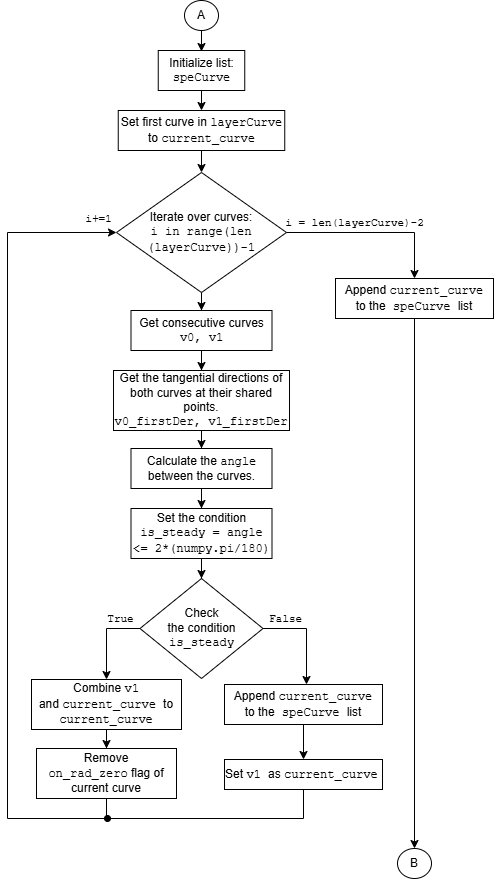
Above: doc/meridionalFigs/createLayerBounds_activity1.png in ihs-ustutt/dtOO (draw.io), before the change. Source tidied: cells renumbered, new cells last; positions are measured from the earlier drawing's top-left corner, leaving out a move shared by most shapes. Source of this version:
```xml
<mxGraphModel>
  <root>
    <mxCell id="0" />
    <mxCell id="1" parent="0" />
    <mxCell id="2" style="edgeStyle=orthogonalEdgeStyle;rounded=0;jettySize=auto;html=1;" parent="1" edge="1" target="4">
      <mxGeometry relative="1" as="geometry">
        <mxPoint x="194" y="30" as="sourcePoint" />
      </mxGeometry>
    </mxCell>
    <mxCell id="3" style="edgeStyle=orthogonalEdgeStyle;rounded=0;jettySize=auto;html=1;entryX=0.5;entryY=0;entryDx=0;entryDy=0;" parent="1" edge="1" source="4" target="22">
      <mxGeometry relative="1" as="geometry" />
    </mxCell>
    <mxCell id="4" value="Initialize list:&lt;div&gt;&lt;div&gt;&lt;font face=&quot;Courier New&quot;&gt;speCurve&lt;/font&gt;&lt;/div&gt;&lt;/div&gt;" style="rounded=0;whiteSpace=wrap;html=1;" parent="1" vertex="1">
      <mxGeometry x="150.8" y="50" width="86.5" height="40" as="geometry" />
    </mxCell>
    <mxCell id="5" style="edgeStyle=orthogonalEdgeStyle;rounded=0;jettySize=auto;html=1;entryX=0.5;entryY=0;entryDx=0;entryDy=0;" parent="1" edge="1" source="7" target="18">
      <mxGeometry relative="1" as="geometry" />
    </mxCell>
    <mxCell id="6" style="edgeStyle=orthogonalEdgeStyle;rounded=0;jettySize=auto;html=1;entryX=0.5;entryY=0;entryDx=0;entryDy=0;" parent="1" edge="1" source="36" target="19">
      <mxGeometry relative="1" as="geometry" />
    </mxCell>
    <mxCell id="7" value="Iterate over curves:&lt;br&gt;&lt;font face=&quot;Courier New&quot;&gt;i in range&lt;/font&gt;&lt;span style=&quot;background-color: transparent; color: light-dark(rgb(0, 0, 0), rgb(255, 255, 255)); font-family: &amp;quot;Courier New&amp;quot;;&quot;&gt;(len&lt;/span&gt;&lt;div&gt;&lt;span style=&quot;background-color: transparent; color: light-dark(rgb(0, 0, 0), rgb(255, 255, 255)); font-family: &amp;quot;Courier New&amp;quot;;&quot;&gt;(&lt;/span&gt;&lt;span style=&quot;background-color: transparent; color: light-dark(rgb(0, 0, 0), rgb(255, 255, 255)); font-family: &amp;quot;Courier New&amp;quot;;&quot;&gt;layerCurve&lt;/span&gt;&lt;span style=&quot;background-color: transparent; color: light-dark(rgb(0, 0, 0), rgb(255, 255, 255)); font-family: &amp;quot;Courier New&amp;quot;;&quot;&gt;))-1&lt;/span&gt;&lt;/div&gt;" style="rhombus;whiteSpace=wrap;html=1;" parent="1" vertex="1">
      <mxGeometry x="109" y="172" width="170" height="120" as="geometry" />
    </mxCell>
    <mxCell id="8" style="edgeStyle=orthogonalEdgeStyle;rounded=0;jettySize=auto;html=1;entryX=0.5;entryY=0;entryDx=0;entryDy=0;" parent="1" edge="1" source="9" target="24">
      <mxGeometry relative="1" as="geometry" />
    </mxCell>
    <mxCell id="9" value="Get the tangential directions of both curves at their shared points.&lt;br&gt;&lt;font face=&quot;Courier New&quot;&gt;v0_firstDer, v1_firstDer&lt;/font&gt;" style="rounded=0;whiteSpace=wrap;html=1;" parent="1" vertex="1">
      <mxGeometry x="106" y="370" width="176" height="60" as="geometry" />
    </mxCell>
    <mxCell id="10" style="edgeStyle=orthogonalEdgeStyle;rounded=0;jettySize=auto;html=1;" parent="1" edge="1" source="14" target="16">
      <mxGeometry relative="1" as="geometry">
        <Array as="points">
          <mxPoint x="299" y="628" />
        </Array>
      </mxGeometry>
    </mxCell>
    <mxCell id="11" value="&lt;font face=&quot;Courier New&quot;&gt;False&lt;/font&gt;" style="edgeLabel;html=1;align=center;verticalAlign=middle;" parent="10" vertex="1">
      <mxGeometry x="-0.55" y="2" relative="1" as="geometry">
        <mxPoint x="-1" y="-8" as="offset" />
      </mxGeometry>
    </mxCell>
    <mxCell id="12" style="edgeStyle=orthogonalEdgeStyle;rounded=0;jettySize=auto;html=1;" parent="1" edge="1" source="14" target="28">
      <mxGeometry relative="1" as="geometry">
        <Array as="points">
          <mxPoint x="99" y="628" />
        </Array>
      </mxGeometry>
    </mxCell>
    <mxCell id="13" value="&lt;font face=&quot;Courier New&quot;&gt;True&lt;/font&gt;" style="edgeLabel;html=1;align=center;verticalAlign=middle;" parent="12" vertex="1">
      <mxGeometry x="-0.45" y="-1" relative="1" as="geometry">
        <mxPoint x="2" y="-9" as="offset" />
      </mxGeometry>
    </mxCell>
    <mxCell id="14" value="Check &lt;br&gt;the condition&lt;br&gt;&lt;font face=&quot;Courier New&quot;&gt;is_steady&lt;/font&gt;" style="rhombus;whiteSpace=wrap;html=1;" parent="1" vertex="1">
      <mxGeometry x="132.5" y="578" width="123" height="100" as="geometry" />
    </mxCell>
    <mxCell id="15" style="edgeStyle=orthogonalEdgeStyle;rounded=0;jettySize=auto;html=1;entryX=0.5;entryY=0;entryDx=0;entryDy=0;" parent="1" edge="1" source="16" target="33">
      <mxGeometry relative="1" as="geometry" />
    </mxCell>
    <mxCell id="16" value="Append &lt;font face=&quot;Courier New&quot;&gt;current_curve&lt;/font&gt;&lt;div&gt;&lt;font face=&quot;Helvetica&quot;&gt;to the&lt;/font&gt;&lt;font face=&quot;Courier New&quot;&gt; speCurve &lt;/font&gt;list&lt;/div&gt;" style="rounded=0;whiteSpace=wrap;html=1;" parent="1" vertex="1">
      <mxGeometry x="217" y="684" width="158" height="40" as="geometry" />
    </mxCell>
    <mxCell id="17" style="edgeStyle=orthogonalEdgeStyle;rounded=0;jettySize=auto;html=1;entryX=0.5;entryY=0;entryDx=0;entryDy=0;" parent="1" edge="1" source="18" target="9">
      <mxGeometry relative="1" as="geometry" />
    </mxCell>
    <mxCell id="18" value="Get consecutive curves&lt;br&gt;&lt;font face=&quot;Courier New&quot;&gt;v0, v1&lt;/font&gt;" style="rounded=0;whiteSpace=wrap;html=1;" parent="1" vertex="1">
      <mxGeometry x="123.5" y="310" width="141" height="40" as="geometry" />
    </mxCell>
    <mxCell id="19" value="B" style="ellipse;whiteSpace=wrap;html=1;" parent="1" vertex="1">
      <mxGeometry x="390" y="848" width="34" height="30" as="geometry" />
    </mxCell>
    <mxCell id="20" value="A" style="ellipse;whiteSpace=wrap;html=1;" parent="1" vertex="1">
      <mxGeometry x="177" width="34" height="30" as="geometry" />
    </mxCell>
    <mxCell id="21" style="edgeStyle=orthogonalEdgeStyle;rounded=0;jettySize=auto;html=1;" parent="1" edge="1" source="22" target="7">
      <mxGeometry relative="1" as="geometry" />
    </mxCell>
    <mxCell id="22" value="Set first curve in &lt;font face=&quot;Courier New&quot;&gt;layerCurve &lt;/font&gt;to &lt;font face=&quot;Courier New&quot;&gt;current_curve&lt;/font&gt;" style="rounded=0;whiteSpace=wrap;html=1;" parent="1" vertex="1">
      <mxGeometry x="110.8" y="110" width="166.5" height="40" as="geometry" />
    </mxCell>
    <mxCell id="23" style="edgeStyle=orthogonalEdgeStyle;rounded=0;jettySize=auto;html=1;entryX=0.5;entryY=0;entryDx=0;entryDy=0;" parent="1" edge="1" source="24" target="26">
      <mxGeometry relative="1" as="geometry" />
    </mxCell>
    <mxCell id="24" value="Calculate the &lt;font face=&quot;Courier New&quot;&gt;angle&lt;/font&gt; between the curves." style="rounded=0;whiteSpace=wrap;html=1;" parent="1" vertex="1">
      <mxGeometry x="123.5" y="448" width="141" height="40" as="geometry" />
    </mxCell>
    <mxCell id="25" style="edgeStyle=orthogonalEdgeStyle;rounded=0;jettySize=auto;html=1;entryX=0.5;entryY=0;entryDx=0;entryDy=0;" parent="1" edge="1" source="26" target="14">
      <mxGeometry relative="1" as="geometry" />
    </mxCell>
    <mxCell id="26" value="Set the condition&lt;div&gt;&lt;font face=&quot;Courier New&quot;&gt;is_steady = angle &amp;lt;= 2*(numpy.pi/180)&lt;/font&gt;&lt;/div&gt;" style="rounded=0;whiteSpace=wrap;html=1;" parent="1" vertex="1">
      <mxGeometry x="123.5" y="508" width="141" height="50" as="geometry" />
    </mxCell>
    <mxCell id="27" style="edgeStyle=orthogonalEdgeStyle;rounded=0;jettySize=auto;html=1;entryX=0.5;entryY=0;entryDx=0;entryDy=0;" parent="1" edge="1" source="28" target="31">
      <mxGeometry relative="1" as="geometry" />
    </mxCell>
    <mxCell id="28" value="Combine &lt;font face=&quot;Courier New&quot;&gt;v1 &lt;/font&gt;and&amp;nbsp;&lt;font face=&quot;Courier New&quot;&gt;current_curve &lt;/font&gt;to &lt;font face=&quot;Courier New&quot;&gt;current_curve&lt;/font&gt;" style="rounded=0;whiteSpace=wrap;html=1;" parent="1" vertex="1">
      <mxGeometry x="24" y="679" width="150" height="50" as="geometry" />
    </mxCell>
    <mxCell id="29" style="edgeStyle=orthogonalEdgeStyle;rounded=0;jettySize=auto;html=1;entryX=0;entryY=0.5;entryDx=0;entryDy=0;" parent="1" edge="1" source="31" target="7">
      <mxGeometry relative="1" as="geometry">
        <Array as="points">
          <mxPoint x="99" y="818" />
          <mxPoint y="818" />
          <mxPoint y="232" />
        </Array>
      </mxGeometry>
    </mxCell>
    <mxCell id="30" value="&lt;font face=&quot;Courier New&quot;&gt;i+=1&lt;/font&gt;" style="edgeLabel;html=1;align=center;verticalAlign=middle;" parent="29" vertex="1">
      <mxGeometry x="0.88" y="-3" relative="1" as="geometry">
        <mxPoint x="30" y="-17" as="offset" />
      </mxGeometry>
    </mxCell>
    <mxCell id="31" value="Remove &lt;font face=&quot;Courier New&quot;&gt;on_rad_zero&lt;/font&gt;&amp;nbsp;flag of current curve" style="rounded=0;whiteSpace=wrap;html=1;" parent="1" vertex="1">
      <mxGeometry x="29" y="748" width="140" height="50" as="geometry" />
    </mxCell>
    <mxCell id="32" style="edgeStyle=orthogonalEdgeStyle;rounded=0;jettySize=auto;html=1;endArrow=oval;endFill=1;" parent="1" edge="1" source="33">
      <mxGeometry relative="1" as="geometry">
        <mxPoint x="100" y="818" as="targetPoint" />
        <Array as="points">
          <mxPoint x="296" y="818" />
        </Array>
      </mxGeometry>
    </mxCell>
    <mxCell id="33" value="Set &lt;font face=&quot;Courier New&quot;&gt;v1 &lt;/font&gt;as &lt;font face=&quot;Courier New&quot;&gt;current_curve&lt;/font&gt;&amp;nbsp;" style="rounded=0;whiteSpace=wrap;html=1;" parent="1" vertex="1">
      <mxGeometry x="217" y="759" width="158" height="30" as="geometry" />
    </mxCell>
    <mxCell id="34" style="edgeStyle=orthogonalEdgeStyle;rounded=0;jettySize=auto;html=1;entryX=0.5;entryY=0;entryDx=0;entryDy=0;" parent="1" edge="1" source="7" target="36">
      <mxGeometry relative="1" as="geometry" />
    </mxCell>
    <mxCell id="35" value="&lt;font face=&quot;Courier New&quot;&gt;i = len(layerCurve)-2&lt;/font&gt;" style="edgeLabel;html=1;align=center;verticalAlign=middle;" parent="34" vertex="1">
      <mxGeometry x="-0.92" y="1" relative="1" as="geometry">
        <mxPoint x="60" y="-9" as="offset" />
      </mxGeometry>
    </mxCell>
    <mxCell id="36" value="Append &lt;font face=&quot;Courier New&quot;&gt;current_curve&lt;/font&gt;&lt;div&gt;&lt;font face=&quot;Helvetica&quot;&gt;to the&lt;/font&gt;&lt;font face=&quot;Courier New&quot;&gt; speCurve &lt;/font&gt;list&lt;/div&gt;" style="rounded=0;whiteSpace=wrap;html=1;" parent="1" vertex="1">
      <mxGeometry x="328" y="278" width="158" height="40" as="geometry" />
    </mxCell>
  </root>
</mxGraphModel>
```
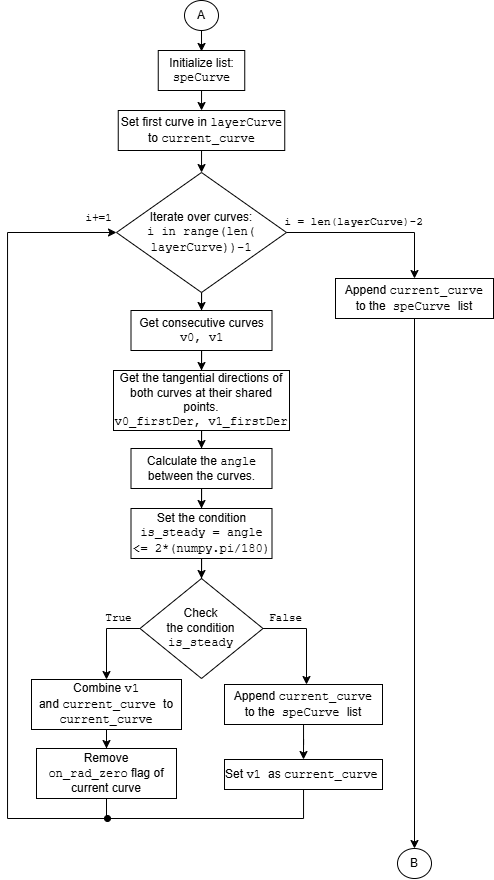
Above is the later version.

The edit, as a diff of the source:
```diff
@@ -19,7 +19,7 @@
     <mxCell id="6" style="edgeStyle=orthogonalEdgeStyle;rounded=0;jettySize=auto;html=1;entryX=0.5;entryY=0;entryDx=0;entryDy=0;" parent="1" edge="1" source="36" target="19">
       <mxGeometry relative="1" as="geometry" />
     </mxCell>
-    <mxCell id="7" value="Iterate over curves:&lt;br&gt;&lt;font face=&quot;Courier New&quot;&gt;i in range&lt;/font&gt;&lt;span style=&quot;background-color: transparent; color: light-dark(rgb(0, 0, 0), rgb(255, 255, 255)); font-family: &amp;quot;Courier New&amp;quot;;&quot;&gt;(len&lt;/span&gt;&lt;div&gt;&lt;span style=&quot;background-color: transparent; color: light-dark(rgb(0, 0, 0), rgb(255, 255, 255)); font-family: &amp;quot;Courier New&amp;quot;;&quot;&gt;(&lt;/span&gt;&lt;span style=&quot;background-color: transparent; color: light-dark(rgb(0, 0, 0), rgb(255, 255, 255)); font-family: &amp;quot;Courier New&amp;quot;;&quot;&gt;layerCurve&lt;/span&gt;&lt;span style=&quot;background-color: transparent; color: light-dark(rgb(0, 0, 0), rgb(255, 255, 255)); font-family: &amp;quot;Courier New&amp;quot;;&quot;&gt;))-1&lt;/span&gt;&lt;/div&gt;" style="rhombus;whiteSpace=wrap;html=1;" parent="1" vertex="1">
+    <mxCell id="7" value="Iterate over curves:&lt;br&gt;&lt;font face=&quot;Courier New&quot;&gt;i in range&lt;/font&gt;&lt;span style=&quot;background-color: transparent; color: light-dark(rgb(0, 0, 0), rgb(255, 255, 255)); font-family: &amp;quot;Courier New&amp;quot;;&quot;&gt;(len&lt;/span&gt;&lt;span style=&quot;background-color: transparent; color: light-dark(rgb(0, 0, 0), rgb(255, 255, 255)); font-family: &amp;quot;Courier New&amp;quot;;&quot;&gt;(&lt;br&gt;&lt;/span&gt;&lt;span style=&quot;background-color: transparent; color: light-dark(rgb(0, 0, 0), rgb(255, 255, 255)); font-family: &amp;quot;Courier New&amp;quot;;&quot;&gt;layerCurve&lt;/span&gt;&lt;span style=&quot;background-color: transparent; color: light-dark(rgb(0, 0, 0), rgb(255, 255, 255)); font-family: &amp;quot;Courier New&amp;quot;;&quot;&gt;))-1&lt;/span&gt;" style="rhombus;whiteSpace=wrap;html=1;" parent="1" vertex="1">
       <mxGeometry x="109" y="172" width="170" height="120" as="geometry" />
     </mxCell>
     <mxCell id="8" style="edgeStyle=orthogonalEdgeStyle;rounded=0;jettySize=auto;html=1;entryX=0.5;entryY=0;entryDx=0;entryDy=0;" parent="1" edge="1" source="9" target="24">
```
